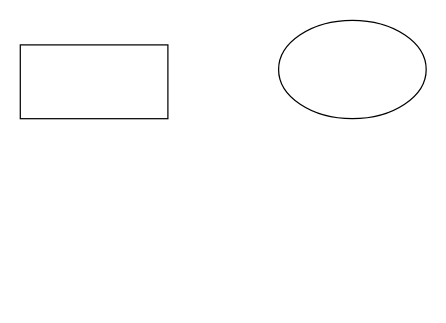
Purpursarkans/diagrams keeps this draw.io diagram as noname.drawio. Above is the earlier version. Source tidied: cells renumbered, new cells numbered last; positions are measured from the earlier drawing's top-left corner, leaving out a move shared by most shapes. Both pictures are drawn from the tidied source at 123%, with x=0, y=0 at pixel (20, 20).
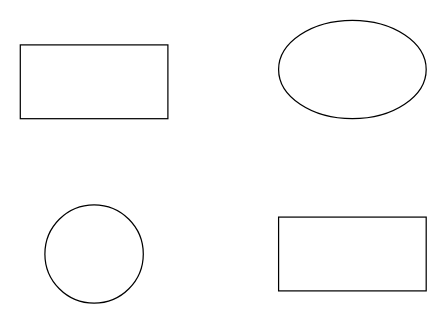
Above is the later version.

What changed in the source:
```diff
@@
 <mxGraphModel>
   <root>
     <mxCell id="0" />
     <mxCell id="1" parent="0" />
     <mxCell id="2" style="ellipse;whiteSpace=wrap;html=1;" parent="1" vertex="1">
       <mxGeometry x="210" width="120" height="80" as="geometry" />
     </mxCell>
     <mxCell id="3" style="rounded=0;whiteSpace=wrap;html=1;" parent="1" vertex="1">
       <mxGeometry y="20" width="120" height="60" as="geometry" />
     </mxCell>
+    <mxCell id="4" style="rounded=0;whiteSpace=wrap;html=1;" parent="1" vertex="1">
+      <mxGeometry x="210" y="160" width="120" height="60" as="geometry" />
+    </mxCell>
+    <mxCell id="5" style="ellipse;whiteSpace=wrap;html=1;" parent="1" vertex="1">
+      <mxGeometry x="20" y="150" width="80" height="80" as="geometry" />
+    </mxCell>
   </root>
 </mxGraphModel>
```
